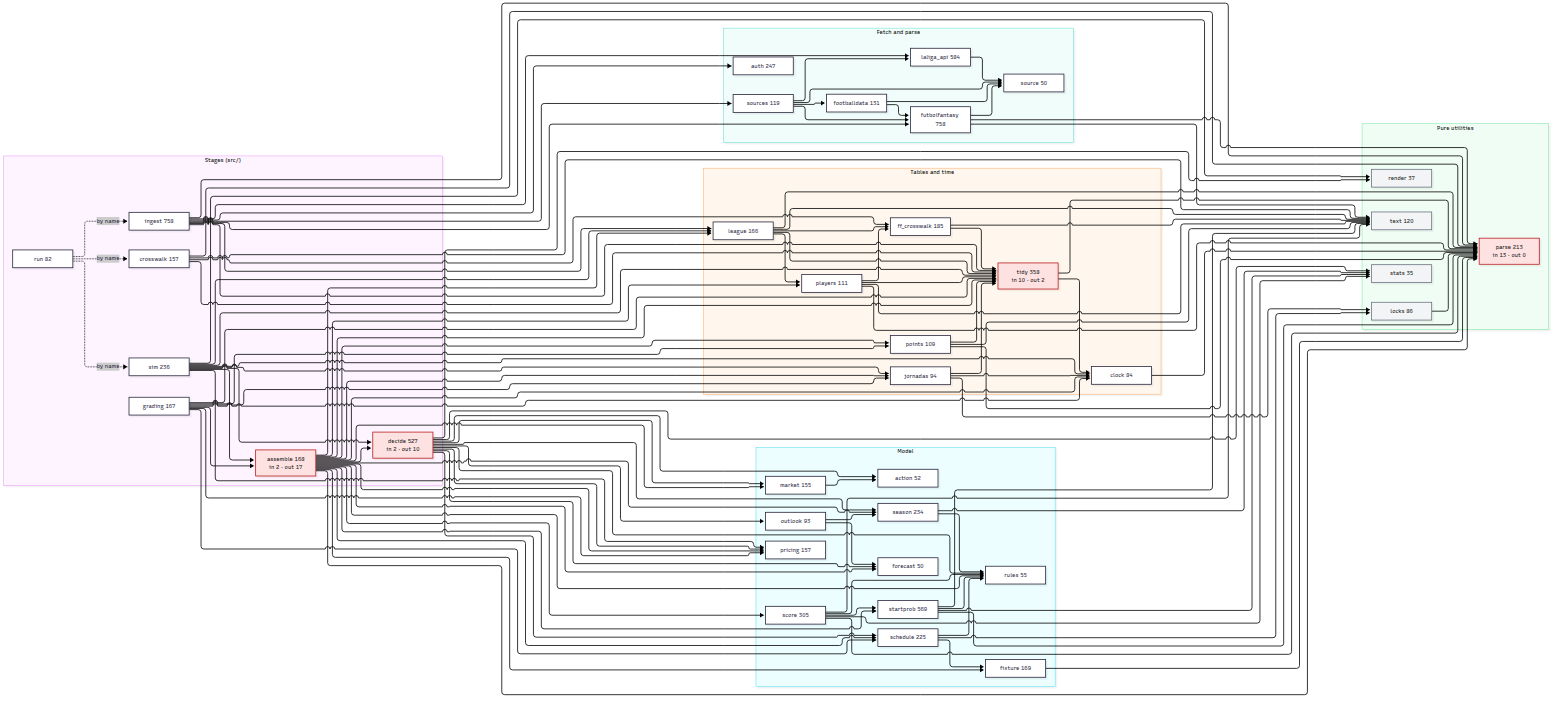
Above: docs/modules.png in OrsM/liga_five_guys (Mermaid), before the change. Its source is kept beside it as docs/modules.mmd.
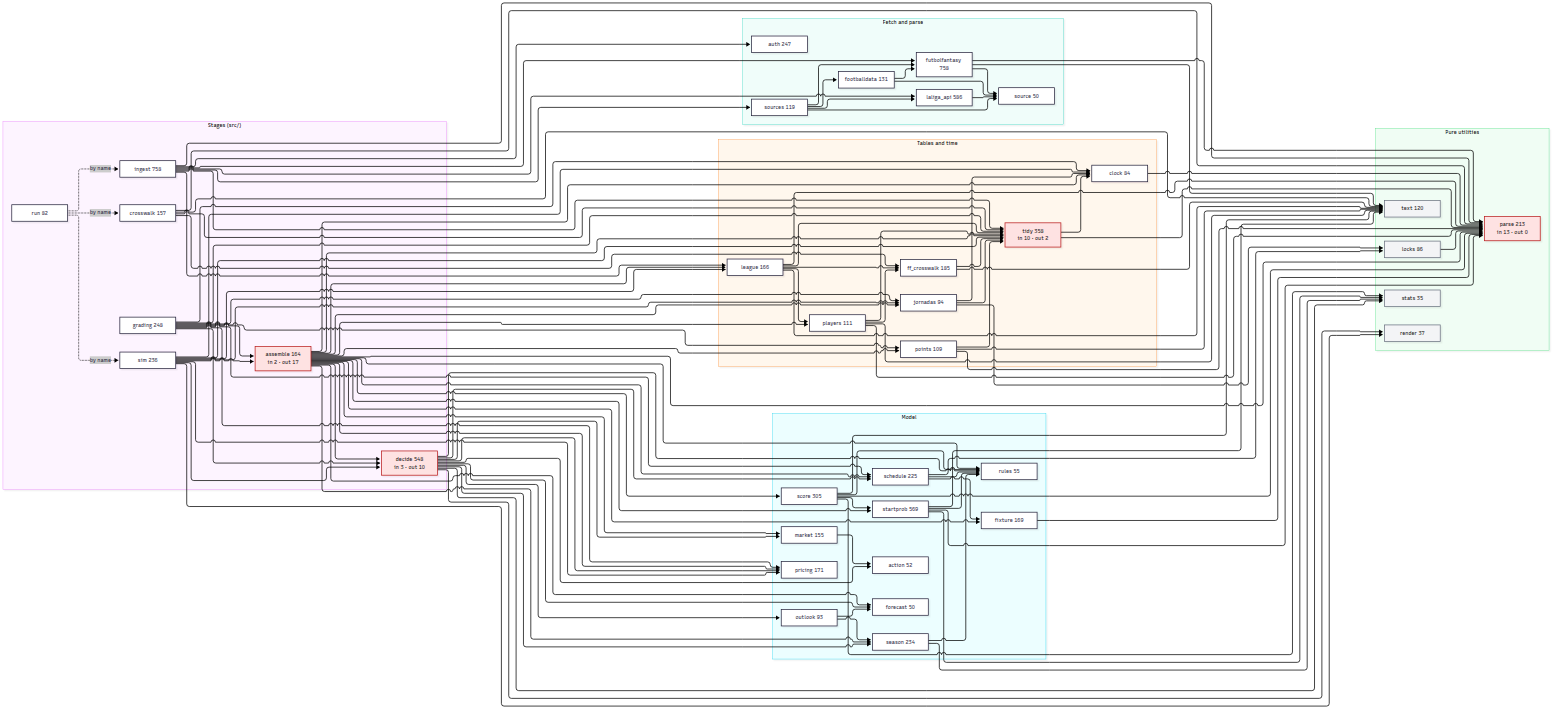
Later version of the same file.

Change to the diagram source:
```diff
@@ -2,10 +2,10 @@
     classDef hub fill:#fee2e2,stroke:#b91c1c,color:#111
     classDef leaf fill:#f3f4f6,stroke:#6b7280,color:#111
     subgraph stages["Stages (src/)"]
-        assemble["assemble 170<br/>in 2 · out 17"]:::hub
+        assemble["assemble 164<br/>in 2 · out 17"]:::hub
         crosswalk["crosswalk 157"]
         decide["decide 548<br/>in 3 · out 10"]:::hub
-        grading["grading 227"]
+        grading["grading 248"]
         ingest["ingest 758"]
         run["run 82"]
         sim["sim 236"]
@@ -14,7 +14,7 @@
         auth["auth 247"]
         footballdata["footballdata 131"]
         futbolfantasy["futbolfantasy 758"]
-        laliga_api["laliga_api 584"]
+        laliga_api["laliga_api 586"]
         source["source 50"]
         sources["sources 119"]
     end
@@ -33,7 +33,7 @@
         forecast["forecast 50"]
         market["market 155"]
         outlook["outlook 93"]
-        pricing["pricing 160"]
+        pricing["pricing 171"]
         rules["rules 55"]
         schedule["schedule 225"]
         score["score 305"]
```
